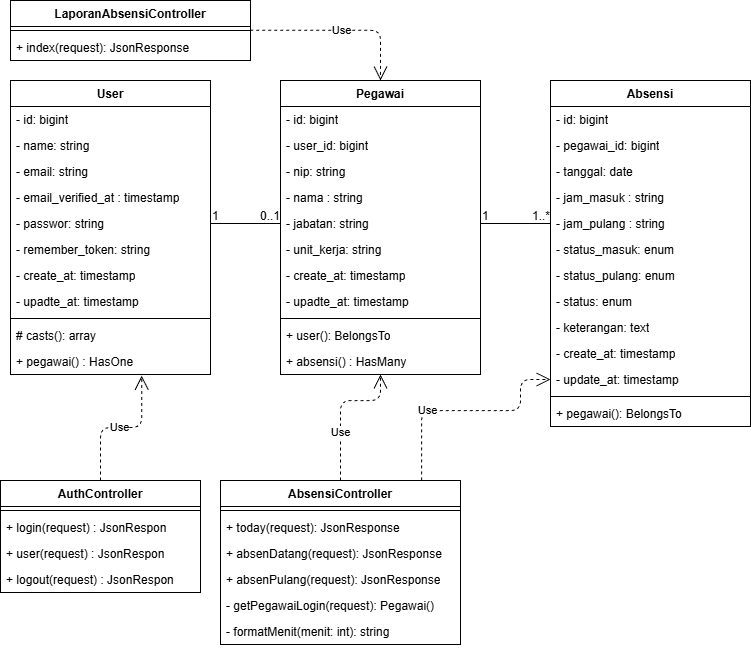
Before: Doc/ClassDiagram.drawio.png, a diagram exported from draw.io (julian34/Aplikasi-Absensi-Pegawai). Source tidied: cells renumbered, new cells last; positions are measured from the earlier drawing's top-left corner, leaving out a move shared by most shapes.
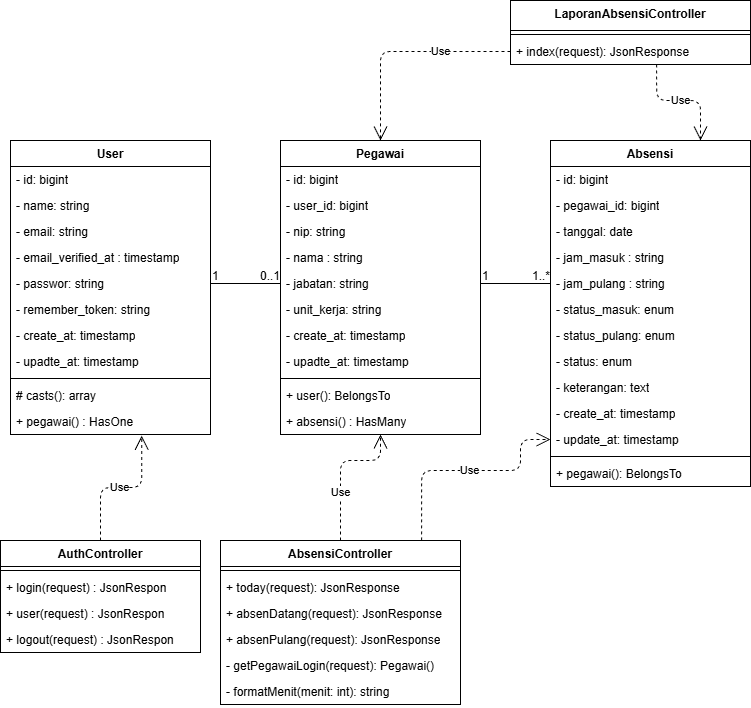
The same diagram one commit later.

Commit message:
doc: update class diagram

Change to the diagram source:
```diff
@@ -152,14 +152,14 @@
     <mxCell id="51" value="- formatMenit(menit: int): string" style="text;strokeColor=none;fillColor=none;align=left;verticalAlign=top;spacingLeft=4;spacingRight=4;overflow=hidden;whiteSpace=wrap;html=1;" parent="45" vertex="1">
       <mxGeometry y="138" width="240" height="26" as="geometry" />
     </mxCell>
-    <mxCell id="52" value="LaporanAbsensiController" style="swimlane;fontStyle=1;align=center;verticalAlign=top;horizontal=1;startSize=26;whiteSpace=wrap;html=1;" parent="1" vertex="1">
-      <mxGeometry x="10" width="240" height="60" as="geometry" />
+    <mxCell id="52" value="LaporanAbsensiController" style="swimlane;fontStyle=1;align=center;verticalAlign=top;horizontal=1;startSize=30;whiteSpace=wrap;html=1;" parent="1" vertex="1">
+      <mxGeometry x="510" y="-60" width="240" height="64" as="geometry" />
     </mxCell>
     <mxCell id="53" style="line;strokeWidth=1;fillColor=none;align=left;verticalAlign=middle;spacingTop=-1;spacingLeft=3;spacingRight=3;labelPosition=right;strokeColor=inherit;" parent="52" vertex="1">
-      <mxGeometry y="26" width="240" height="8" as="geometry" />
+      <mxGeometry y="30" width="240" height="8" as="geometry" />
     </mxCell>
     <mxCell id="54" value="+ index(request): JsonResponse" style="text;strokeColor=none;fillColor=none;align=left;verticalAlign=top;spacingLeft=4;spacingRight=4;overflow=hidden;points=[[0,0.5],[1,0.5]];portConstraint=eastwest;whiteSpace=wrap;html=1;" parent="52" vertex="1">
-      <mxGeometry y="34" width="240" height="26" as="geometry" />
+      <mxGeometry y="38" width="240" height="26" as="geometry" />
     </mxCell>
     <mxCell id="55" style="endArrow=none;html=1;rounded=0;exitX=1;exitY=0.5;exitDx=0;exitDy=0;entryX=0;entryY=0.5;entryDx=0;entryDy=0;" parent="1" edge="1" source="7" target="19">
       <mxGeometry relative="1" as="geometry" />
@@ -196,7 +196,7 @@
       </mxGeometry>
     </mxCell>
     <mxCell id="63" value="Use" style="endArrow=open;endSize=12;dashed=1;html=1;exitX=0.838;exitY=-0.001;exitDx=0;exitDy=0;edgeStyle=orthogonalEdgeStyle;exitPerimeter=0;entryX=0;entryY=0.5;entryDx=0;entryDy=0;" parent="1" edge="1" source="45" target="37">
-      <mxGeometry x="-0.34" relative="1" as="geometry">
+      <mxGeometry x="0.03" relative="1" as="geometry">
         <Array as="points">
           <mxPoint x="421" y="410" />
           <mxPoint x="520" y="410" />
@@ -204,12 +204,20 @@
         </Array>
       </mxGeometry>
     </mxCell>
-    <mxCell id="64" value="Use" style="endArrow=open;endSize=12;dashed=1;html=1;edgeStyle=orthogonalEdgeStyle;exitX=0.999;exitY=-0.163;exitDx=0;exitDy=0;exitPerimeter=0;entryX=0.5;entryY=0;entryDx=0;entryDy=0;" parent="1" edge="1" source="54" target="14">
-      <mxGeometry relative="1" as="geometry">
+    <mxCell id="64" value="Use" style="endArrow=open;endSize=12;dashed=1;html=1;edgeStyle=orthogonalEdgeStyle;exitX=0;exitY=0.5;exitDx=0;exitDy=0;entryX=0.5;entryY=0;entryDx=0;entryDy=0;" parent="1" edge="1" source="54" target="14">
+      <mxGeometry x="-0.36" relative="1" as="geometry">
         <Array as="points">
-          <mxPoint x="380" y="30" />
+          <mxPoint x="380" y="-9" />
         </Array>
       </mxGeometry>
     </mxCell>
+    <mxCell id="65" value="Use" style="endArrow=open;endSize=12;dashed=1;html=1;edgeStyle=orthogonalEdgeStyle;exitX=0.609;exitY=1;exitDx=0;exitDy=0;exitPerimeter=0;entryX=0.75;entryY=0;entryDx=0;entryDy=0;" parent="1" edge="1" source="54" target="26">
+      <mxGeometry relative="1" as="geometry">
+        <Array as="points">
+          <mxPoint x="656" y="40" />
+          <mxPoint x="700" y="40" />
+        </Array>
+      </mxGeometry>
+    </mxCell>
   </root>
 </mxGraphModel>
```
